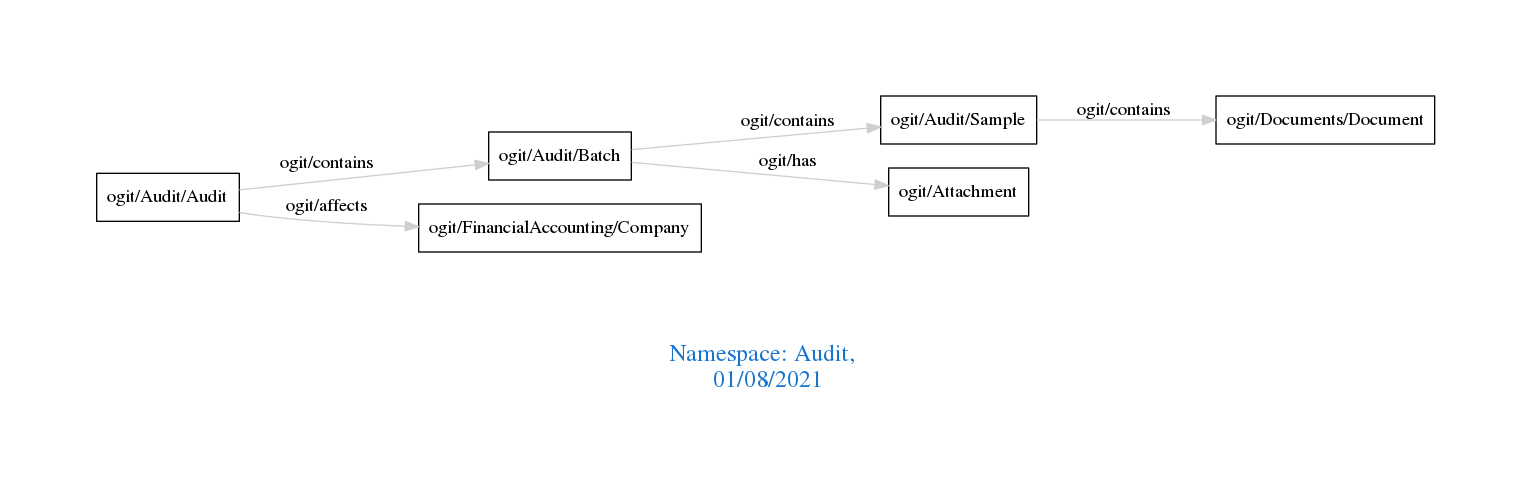
The Graphviz diagram downloads/Audit.png in arago/OGIT, before a commit. Its source is kept beside it as downloads/Audit.dot.
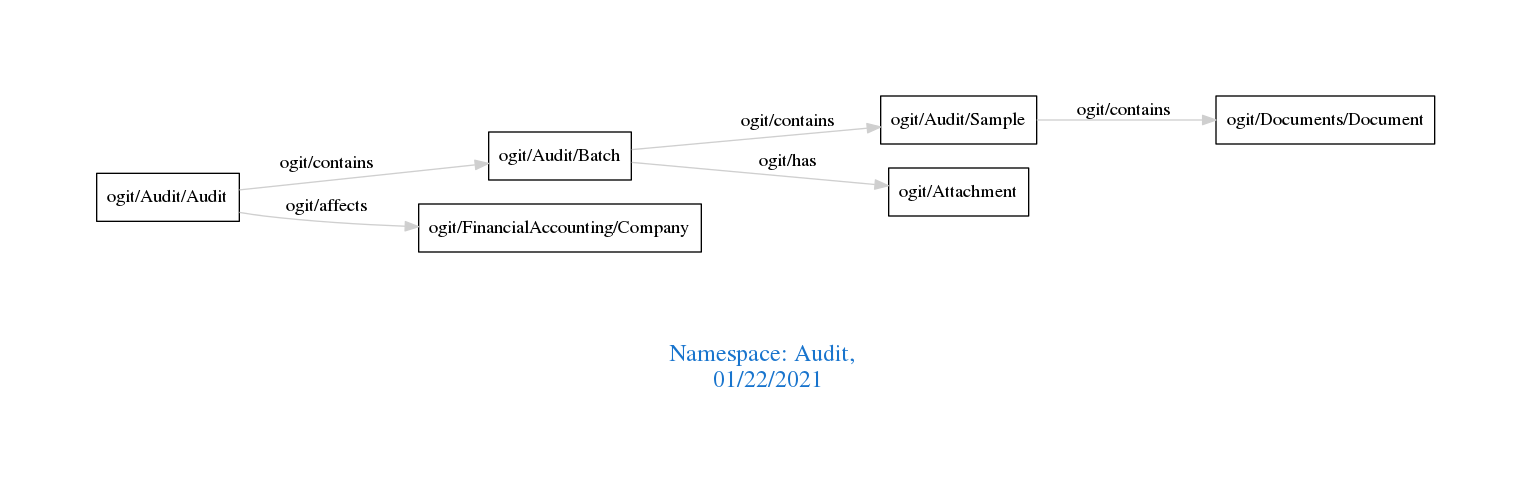
After the commit.

Diff of the diagram source:
```diff
@@ -1,7 +1,7 @@
 digraph OGIT_ontology {
  graph [ rankdir= LR,pad=1
 fontsize = 18,
-fontcolor= dodgerblue3,label = "\n\n\nNamespace: Audit, \n 01/08/2021"];
+fontcolor= dodgerblue3,label = "\n\n\nNamespace: Audit, \n 01/22/2021"];
 node[shape=polygon];
 edge [  color="gray81"];
 
```
